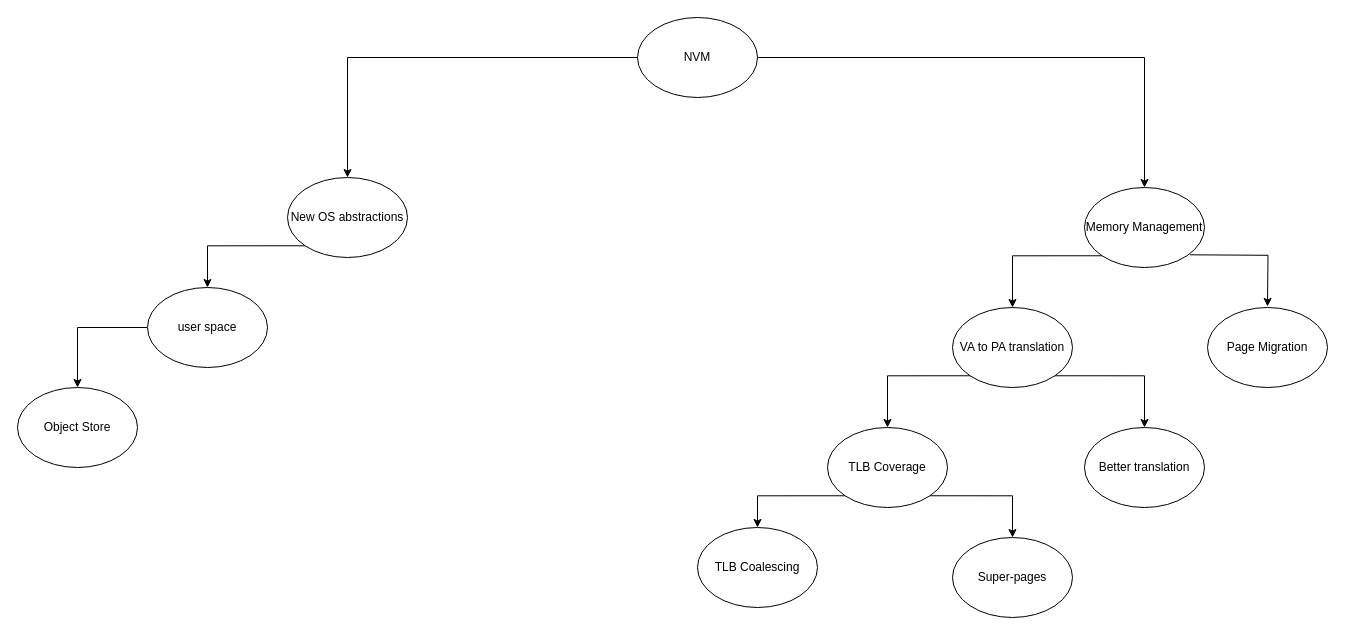
The draw.io diagram sota.drawio in arunkp1986/CAR3S, before the edit. Source tidied: cells renumbered, new cells numbered last; positions are measured from the earlier drawing's top-left corner, leaving out a move shared by most shapes. Both pictures are drawn from the tidied source at 100%, with x=0, y=0 at pixel (17, 17).
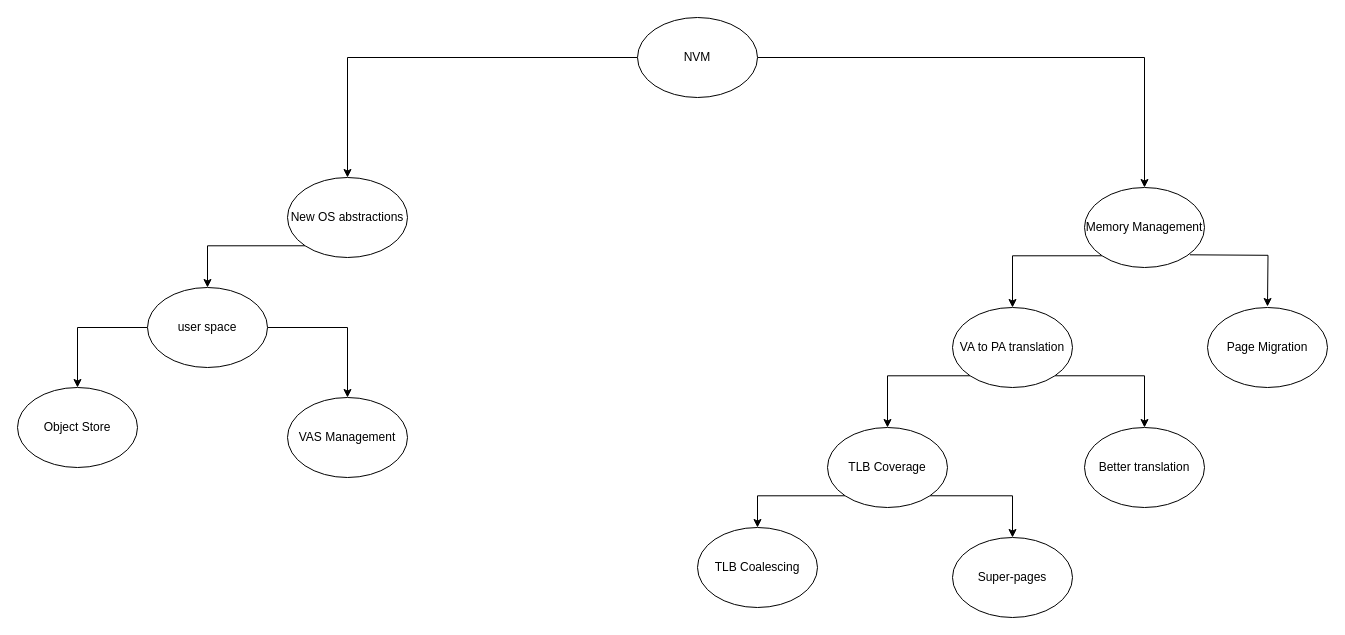
The same page after the edit.

The change refers to these unchanged cells:
```xml
<mxCell id="21" value="user space" style="ellipse;whiteSpace=wrap;html=1;" parent="1" vertex="1">
  <mxGeometry x="130" y="270" width="120" height="80" as="geometry" />
</mxCell>
```

Change to the diagram source:
```diff
@@
+    <mxCell id="23" style="edgeStyle=orthogonalEdgeStyle;rounded=0;jettySize=auto;html=1;entryX=0.5;entryY=0;entryDx=0;entryDy=0;" parent="1" edge="1" source="21" target="24">
+      <mxGeometry relative="1" as="geometry" />
+    </mxCell>
@@
+    <mxCell id="24" value="VAS Management" style="ellipse;whiteSpace=wrap;html=1;" parent="1" vertex="1">
+      <mxGeometry x="270" y="380" width="120" height="80" as="geometry" />
+    </mxCell>
```
